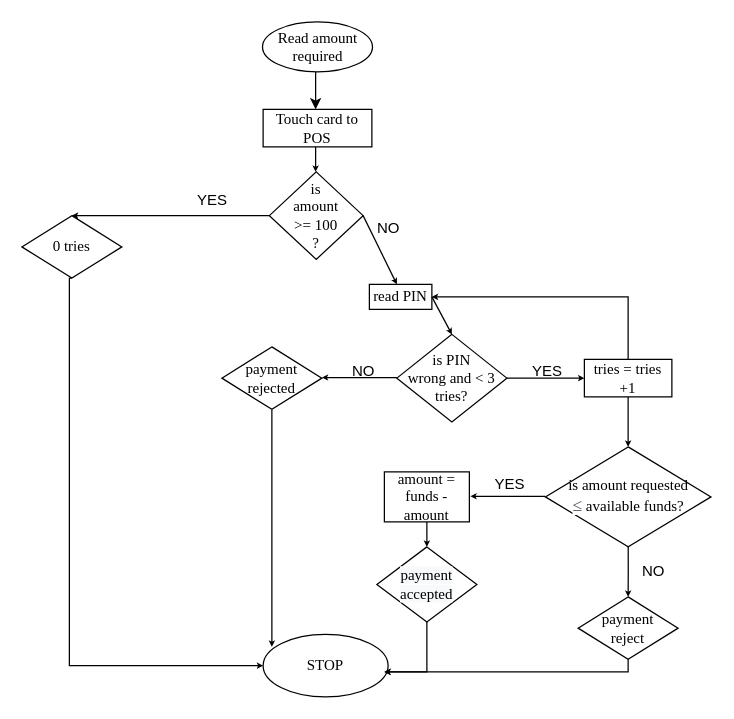
This is Untitled Diagram.drawio from lau-bd/lau-bd, a draw.io file, before an edit. Source tidied: cells renumbered, new cells numbered last; positions are measured from the earlier drawing's top-left corner, leaving out a move shared by most shapes. Both pictures are drawn from the tidied source at 125%, with x=0, y=0 at pixel (21, 21).
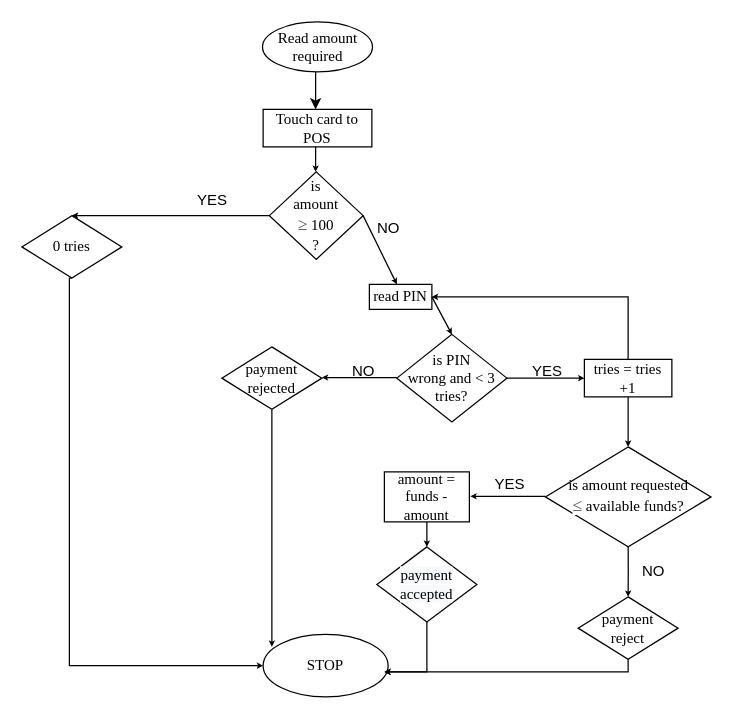
The same diagram, later.

Diff of the diagram source:
```diff
@@
-    <mxCell id="5" value="&lt;font face=&quot;Times New Roman&quot;&gt;is &lt;br&gt;amount &lt;br&gt;&amp;gt;= 100&lt;br&gt;?&lt;/font&gt;" style="rhombus;whiteSpace=wrap;html=1;" parent="1" vertex="1">
+    <mxCell id="5" value="&lt;font face=&quot;Times New Roman&quot;&gt;is &lt;br&gt;amount &lt;br&gt;&lt;/font&gt;&lt;span style=&quot;color: rgb(77 , 81 , 86) ; font-size: 14px ; text-align: left ; background-color: rgb(255 , 255 , 255)&quot;&gt;&lt;font face=&quot;Times New Roman&quot;&gt;≥&lt;/font&gt;&lt;/span&gt;&lt;font face=&quot;Times New Roman&quot;&gt;&amp;nbsp;100&lt;br&gt;?&lt;/font&gt;" style="rhombus;whiteSpace=wrap;html=1;" parent="1" vertex="1">
       <mxGeometry x="198" y="120" width="75" height="70" as="geometry" />
     </mxCell>
```
